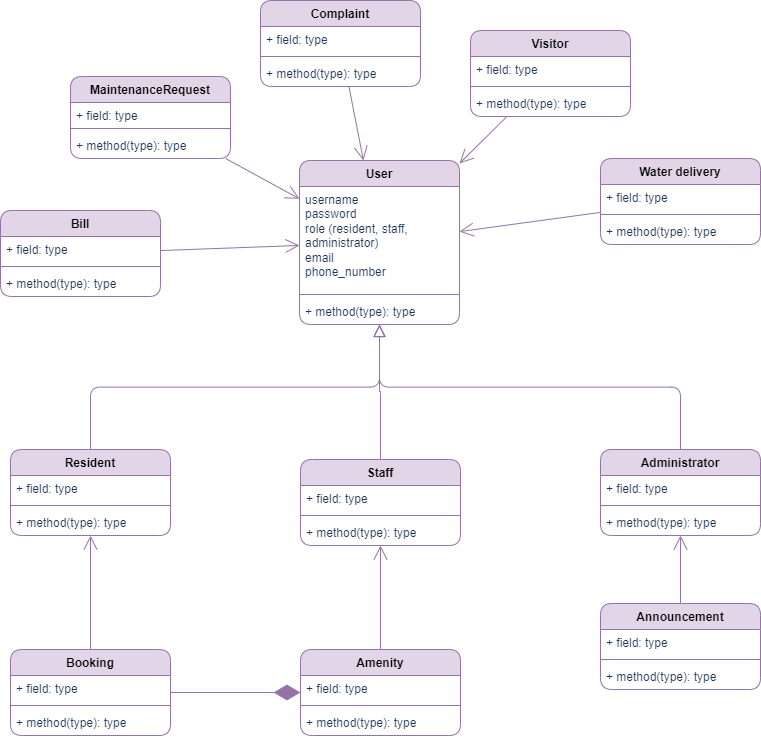
Earlier version of the draw.io export UML class diagram.drawio.png (zainy0805/SE_Assignment_project). Source tidied: cells renumbered, new cells last; positions are measured from the earlier drawing's top-left corner, leaving out a move shared by most shapes.
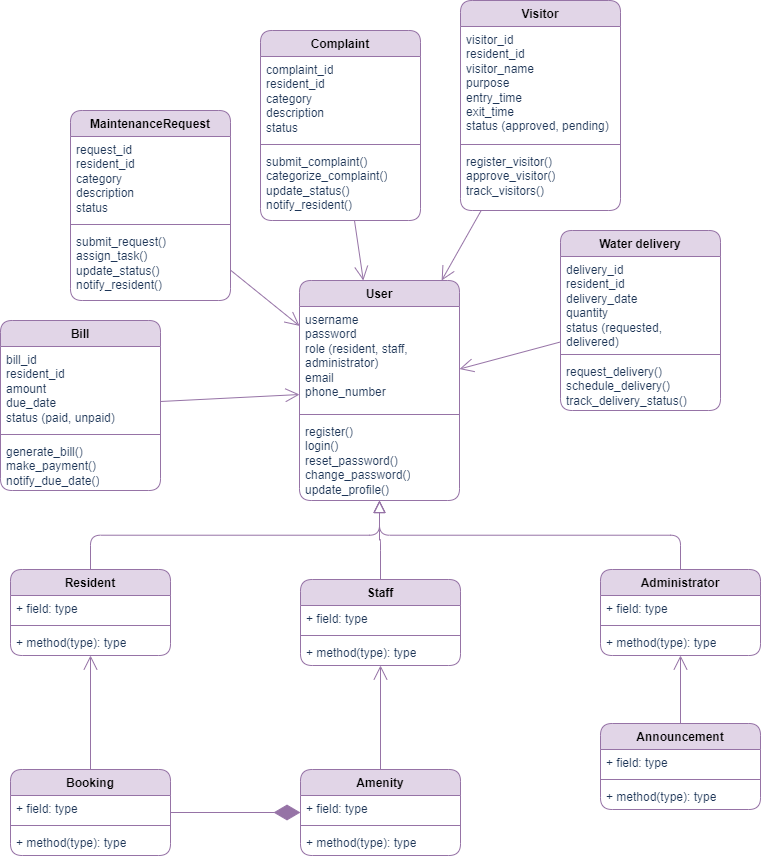
The same file after the commit.

What changed in the source:
```diff
@@ -8,3 +8,3 @@
     <mxCell id="3" value="User" style="swimlane;fontStyle=1;align=center;verticalAlign=top;horizontal=1;startSize=26;whiteSpace=wrap;html=1;rounded=1;strokeColor=#9673a6;fillColor=#e1d5e7;" parent="1" vertex="1">
-      <mxGeometry x="299" y="160" width="160" height="164" as="geometry" />
+      <mxGeometry x="299" y="160" width="160" height="220" as="geometry" />
     </mxCell>
@@ -16,4 +16,4 @@
     </mxCell>
-    <mxCell id="6" value="+ method(type): type" style="text;strokeColor=none;fillColor=none;align=left;verticalAlign=top;spacingLeft=4;spacingRight=4;overflow=hidden;points=[[0,0.5],[1,0.5]];portConstraint=eastwest;whiteSpace=wrap;html=1;fontColor=#1D3557;" parent="3" vertex="1">
-      <mxGeometry y="138" width="160" height="26" as="geometry" />
+    <mxCell id="6" value="&lt;span style=&quot;background-color: initial;&quot;&gt;register()&lt;/span&gt;&lt;br&gt;&lt;span style=&quot;background-color: initial;&quot;&gt;login()&lt;/span&gt;&lt;br&gt;&lt;span style=&quot;background-color: initial;&quot;&gt;reset_password()&lt;/span&gt;&lt;br&gt;&lt;span style=&quot;background-color: initial;&quot;&gt;change_password()&lt;/span&gt;&lt;br&gt;&lt;span style=&quot;background-color: initial;&quot;&gt;update_profile()&lt;/span&gt;" style="text;strokeColor=none;fillColor=none;align=left;verticalAlign=top;spacingLeft=4;spacingRight=4;overflow=hidden;points=[[0,0.5],[1,0.5]];portConstraint=eastwest;whiteSpace=wrap;html=1;fontColor=#1D3557;" parent="3" vertex="1">
+      <mxGeometry y="138" width="160" height="82" as="geometry" />
     </mxCell>
@@ -92,48 +92,48 @@
     <mxCell id="31" value="MaintenanceRequest" style="swimlane;fontStyle=1;align=center;verticalAlign=top;horizontal=1;startSize=26;whiteSpace=wrap;html=1;rounded=1;strokeColor=#9673a6;fillColor=#e1d5e7;" parent="1" vertex="1">
-      <mxGeometry x="70" y="76" width="160" height="82" as="geometry" />
+      <mxGeometry x="70" y="-10" width="160" height="190" as="geometry" />
     </mxCell>
-    <mxCell id="32" value="+ field: type" style="text;strokeColor=none;fillColor=none;align=left;verticalAlign=top;spacingLeft=4;spacingRight=4;overflow=hidden;whiteSpace=wrap;html=1;fontColor=#1D3557;" parent="31" vertex="1">
-      <mxGeometry y="26" width="160" height="22" as="geometry" />
+    <mxCell id="32" value="&lt;span style=&quot;background-color: initial;&quot;&gt;request_id&lt;/span&gt;&lt;br&gt;&lt;span style=&quot;background-color: initial;&quot;&gt;resident_id&lt;/span&gt;&lt;br&gt;&lt;span style=&quot;background-color: initial;&quot;&gt;category&lt;/span&gt;&lt;br&gt;&lt;span style=&quot;background-color: initial;&quot;&gt;description&lt;/span&gt;&lt;br&gt;&lt;span style=&quot;background-color: initial;&quot;&gt;status&lt;/span&gt;&lt;br&gt;&lt;div&gt;&lt;br/&gt;&lt;/div&gt;" style="text;strokeColor=none;fillColor=none;align=left;verticalAlign=top;spacingLeft=4;spacingRight=4;overflow=hidden;whiteSpace=wrap;html=1;fontColor=#1D3557;" parent="31" vertex="1">
+      <mxGeometry y="26" width="160" height="84" as="geometry" />
     </mxCell>
     <mxCell id="33" style="line;strokeWidth=1;fillColor=none;align=left;verticalAlign=middle;spacingTop=-1;spacingLeft=3;spacingRight=3;labelPosition=right;strokeColor=inherit;rounded=1;fontColor=#1D3557;" parent="31" vertex="1">
-      <mxGeometry y="48" width="160" height="8" as="geometry" />
+      <mxGeometry y="110" width="160" height="8" as="geometry" />
     </mxCell>
-    <mxCell id="34" value="+ method(type): type" style="text;strokeColor=none;fillColor=none;align=left;verticalAlign=top;spacingLeft=4;spacingRight=4;overflow=hidden;whiteSpace=wrap;html=1;fontColor=#1D3557;" parent="31" vertex="1">
-      <mxGeometry y="56" width="160" height="26" as="geometry" />
+    <mxCell id="34" value="&lt;span style=&quot;background-color: initial;&quot;&gt;submit_request()&lt;/span&gt;&lt;br&gt;&lt;span style=&quot;background-color: initial;&quot;&gt;assign_task()&lt;/span&gt;&lt;br&gt;&lt;span style=&quot;background-color: initial;&quot;&gt;update_status()&lt;/span&gt;&lt;br&gt;&lt;span style=&quot;background-color: initial;&quot;&gt;notify_resident()&lt;/span&gt;" style="text;strokeColor=none;fillColor=none;align=left;verticalAlign=top;spacingLeft=4;spacingRight=4;overflow=hidden;whiteSpace=wrap;html=1;fontColor=#1D3557;" parent="31" vertex="1">
+      <mxGeometry y="118" width="160" height="72" as="geometry" />
     </mxCell>
     <mxCell id="35" value="Visitor" style="swimlane;fontStyle=1;align=center;verticalAlign=top;horizontal=1;startSize=26;whiteSpace=wrap;html=1;rounded=1;strokeColor=#9673a6;fillColor=#e1d5e7;" parent="1" vertex="1">
-      <mxGeometry x="470" y="30" width="160" height="86" as="geometry" />
+      <mxGeometry x="460" y="-120" width="160" height="210" as="geometry" />
     </mxCell>
-    <mxCell id="36" value="+ field: type" style="text;strokeColor=none;fillColor=none;align=left;verticalAlign=top;spacingLeft=4;spacingRight=4;overflow=hidden;whiteSpace=wrap;html=1;fontColor=#1D3557;" parent="35" vertex="1">
-      <mxGeometry y="26" width="160" height="26" as="geometry" />
+    <mxCell id="36" value="&lt;span style=&quot;background-color: initial;&quot;&gt;visitor_id&lt;/span&gt;&lt;br&gt;&lt;span style=&quot;background-color: initial;&quot;&gt;resident_id&lt;/span&gt;&lt;br&gt;&lt;span style=&quot;background-color: initial;&quot;&gt;visitor_name&lt;/span&gt;&lt;br&gt;&lt;span style=&quot;background-color: initial;&quot;&gt;purpose&lt;/span&gt;&lt;br&gt;&lt;span style=&quot;background-color: initial;&quot;&gt;entry_time&lt;/span&gt;&lt;br&gt;&lt;span style=&quot;background-color: initial;&quot;&gt;exit_time&lt;/span&gt;&lt;br&gt;&lt;span style=&quot;background-color: initial;&quot;&gt;status (approved, pending)&lt;/span&gt;" style="text;strokeColor=none;fillColor=none;align=left;verticalAlign=top;spacingLeft=4;spacingRight=4;overflow=hidden;whiteSpace=wrap;html=1;fontColor=#1D3557;" parent="35" vertex="1">
+      <mxGeometry y="26" width="160" height="114" as="geometry" />
     </mxCell>
     <mxCell id="37" style="line;strokeWidth=1;fillColor=none;align=left;verticalAlign=middle;spacingTop=-1;spacingLeft=3;spacingRight=3;labelPosition=right;strokeColor=inherit;rounded=1;fontColor=#1D3557;" parent="35" vertex="1">
-      <mxGeometry y="52" width="160" height="8" as="geometry" />
+      <mxGeometry y="140" width="160" height="8" as="geometry" />
     </mxCell>
-    <mxCell id="38" value="+ method(type): type" style="text;strokeColor=none;fillColor=none;align=left;verticalAlign=top;spacingLeft=4;spacingRight=4;overflow=hidden;whiteSpace=wrap;html=1;fontColor=#1D3557;" parent="35" vertex="1">
-      <mxGeometry y="60" width="160" height="26" as="geometry" />
+    <mxCell id="38" value="&lt;span style=&quot;background-color: initial;&quot;&gt;register_visitor()&lt;/span&gt;&lt;br&gt;&lt;span style=&quot;background-color: initial;&quot;&gt;approve_visitor()&lt;/span&gt;&lt;br&gt;&lt;span style=&quot;background-color: initial;&quot;&gt;track_visitors()&lt;/span&gt;" style="text;strokeColor=none;fillColor=none;align=left;verticalAlign=top;spacingLeft=4;spacingRight=4;overflow=hidden;whiteSpace=wrap;html=1;fontColor=#1D3557;" parent="35" vertex="1">
+      <mxGeometry y="148" width="160" height="62" as="geometry" />
     </mxCell>
     <mxCell id="39" value="Complaint&lt;span style=&quot;color: rgba(0, 0, 0, 0); font-family: monospace; font-size: 0px; font-weight: 400; text-align: start; text-wrap: nowrap;&quot;&gt;%3CmxGraphModel%3E%3Croot%3E%3CmxCell%20id%3D%220%22%2F%3E%3CmxCell%20id%3D%221%22%20parent%3D%220%22%2F%3E%3CmxCell%20id%3D%222%22%20value%3D%22Amenity%22%20style%3D%22swimlane%3BfontStyle%3D1%3Balign%3Dcenter%3BverticalAlign%3Dtop%3BchildLayout%3DstackLayout%3Bhorizontal%3D1%3BstartSize%3D26%3BhorizontalStack%3D0%3BresizeParent%3D1%3BresizeParentMax%3D0%3BresizeLast%3D0%3Bcollapsible%3D1%3BmarginBottom%3D0%3BwhiteSpace%3Dwrap%3Bhtml%3D1%3Brounded%3D1%3BstrokeColor%3D%23457B9D%3BfontColor%3D%231D3557%3BfillColor%3D%23A8DADC%3B%22%20vertex%3D%221%22%20parent%3D%221%22%3E%3CmxGeometry%20x%3D%22370%22%20y%3D%2240%22%20width%3D%22160%22%20height%3D%2286%22%20as%3D%22geometry%22%2F%3E%3C%2FmxCell%3E%3CmxCell%20id%3D%223%22%20value%3D%22%2B%20field%3A%20type%22%20style%3D%22text%3BstrokeColor%3Dnone%3BfillColor%3Dnone%3Balign%3Dleft%3BverticalAlign%3Dtop%3BspacingLeft%3D4%3BspacingRight%3D4%3Boverflow%3Dhidden%3Brotatable%3D0%3Bpoints%3D%5B%5B0%2C0.5%5D%2C%5B1%2C0.5%5D%5D%3BportConstraint%3Deastwest%3BwhiteSpace%3Dwrap%3Bhtml%3D1%3BfontColor%3D%231D3557%3B%22%20vertex%3D%221%22%20parent%3D%222%22%3E%3CmxGeometry%20y%3D%2226%22%20width%3D%22160%22%20height%3D%2226%22%20as%3D%22geometry%22%2F%3E%3C%2FmxCell%3E%3CmxCell%20id%3D%224%22%20value%3D%22%22%20style%3D%22line%3BstrokeWidth%3D1%3BfillColor%3Dnone%3Balign%3Dleft%3BverticalAlign%3Dmiddle%3BspacingTop%3D-1%3BspacingLeft%3D3%3BspacingRight%3D3%3Brotatable%3D0%3BlabelPosition%3Dright%3Bpoints%3D%5B%5D%3BportConstraint%3Deastwest%3BstrokeColor%3Dinherit%3Brounded%3D1%3BfontColor%3D%231D3557%3B%22%20vertex%3D%221%22%20parent%3D%222%22%3E%3CmxGeometry%20y%3D%2252%22%20width%3D%22160%22%20height%3D%228%22%20as%3D%22geometry%22%2F%3E%3C%2FmxCell%3E%3CmxCell%20id%3D%225%22%20value%3D%22%2B%20method(type)%3A%20type%22%20style%3D%22text%3BstrokeColor%3Dnone%3BfillColor%3Dnone%3Balign%3Dleft%3BverticalAlign%3Dtop%3BspacingLeft%3D4%3BspacingRight%3D4%3Boverflow%3Dhidden%3Brotatable%3D0%3Bpoints%3D%5B%5B0%2C0.5%5D%2C%5B1%2C0.5%5D%5D%3BportConstraint%3Deastwest%3BwhiteSpace%3Dwrap%3Bhtml%3D1%3BfontColor%3D%231D3557%3B%22%20vertex%3D%221%22%20parent%3D%222%22%3E%3CmxGeometry%20y%3D%2260%22%20width%3D%22160%22%20height%3D%2226%22%20as%3D%22geometry%22%2F%3E%3C%2FmxCell%3E%3CmxCell%20id%3D%226%22%20value%3D%22Booking%22%20style%3D%22swimlane%3BfontStyle%3D1%3Balign%3Dcenter%3BverticalAlign%3Dtop%3BchildLayout%3DstackLayout%3Bhorizontal%3D1%3BstartSize%3D26%3BhorizontalStack%3D0%3BresizeParent%3D1%3BresizeParentMax%3D0%3BresizeLast%3D0%3Bcollapsible%3D1%3BmarginBottom%3D0%3BwhiteSpace%3Dwrap%3Bhtml%3D1%3Brounded%3D1%3BstrokeColor%3D%23457B9D%3BfontColor%3D%231D3557%3BfillColor%3D%23A8DADC%3B%22%20vertex%3D%221%22%20parent%3D%221%22%3E%3CmxGeometry%20x%3D%22376%22%20y%3D%22190%22%20width%3D%22160%22%20height%3D%2286%22%20as%3D%22geometry%22%2F%3E%3C%2FmxCell%3E%3CmxCell%20id%3D%227%22%20value%3D%22%2B%20field%3A%20type%22%20style%3D%22text%3BstrokeColor%3Dnone%3BfillColor%3Dnone%3Balign%3Dleft%3BverticalAlign%3Dtop%3BspacingLeft%3D4%3BspacingRight%3D4%3Boverflow%3Dhidden%3Brotatable%3D0%3Bpoints%3D%5B%5B0%2C0.5%5D%2C%5B1%2C0.5%5D%5D%3BportConstraint%3Deastwest%3BwhiteSpace%3Dwrap%3Bhtml%3D1%3BfontColor%3D%231D3557%3B%22%20vertex%3D%221%22%20parent%3D%226%22%3E%3CmxGeometry%20y%3D%2226%22%20width%3D%22160%22%20height%3D%2226%22%20as%3D%22geometry%22%2F%3E%3C%2FmxCell%3E%3CmxCell%20id%3D%228%22%20value%3D%22%22%20style%3D%22line%3BstrokeWidth%3D1%3BfillColor%3Dnone%3Balign%3Dleft%3BverticalAlign%3Dmiddle%3BspacingTop%3D-1%3BspacingLeft%3D3%3BspacingRight%3D3%3Brotatable%3D0%3BlabelPosition%3Dright%3Bpoints%3D%5B%5D%3BportConstraint%3Deastwest%3BstrokeColor%3Dinherit%3Brounded%3D1%3BfontColor%3D%231D3557%3B%22%20vertex%3D%221%22%20parent%3D%226%22%3E%3CmxGeometry%20y%3D%2252%22%20width%3D%22160%22%20height%3D%228%22%20as%3D%22geometry%22%2F%3E%3C%2FmxCell%3E%3CmxCell%20id%3D%229%22%20value%3D%22%2B%20method(type)%3A%20type%22%20style%3D%22text%3BstrokeColor%3Dnone%3BfillColor%3Dnone%3Balign%3Dleft%3BverticalAlign%3Dtop%3BspacingLeft%3D4%3BspacingRight%3D4%3Boverflow%3Dhidden%3Brotatable%3D0%3Bpoints%3D%5B%5B0%2C0.5%5D%2C%5B1%2C0.5%5D%5D%3BportConstraint%3Deastwest%3BwhiteSpace%3Dwrap%3Bhtml%3D1%3BfontColor%3D%231D3557%3B%22%20vertex%3D%221%22%20parent%3D%226%22%3E%3CmxGeometry%20y%3D%2260%22%20width%3D%22160%22%20height%3D%2226%22%20as%3D%22geometry%22%2F%3E%3C%2FmxCell%3E%3CmxCell%20id%3D%2210%22%20value%3D%22Announcement%22%20style%3D%22swimlane%3BfontStyle%3D1%3Balign%3Dcenter%3BverticalAlign%3Dtop%3BchildLayout%3DstackLayout%3Bhorizontal%3D1%3BstartSize%3D26%3BhorizontalStack%3D0%3BresizeParent%3D1%3BresizeParentMax%3D0%3BresizeLast%3D0%3Bcollapsible%3D1%3BmarginBottom%3D0%3BwhiteSpace%3Dwrap%3Bhtml%3D1%3Brounded%3D1%3BstrokeColor%3D%23457B9D%3BfontColor%3D%231D3557%3BfillColor%3D%23A8DADC%3B%22%20vertex%3D%221%22%20parent%3D%221%22%3E%3CmxGeometry%20x%3D%22370%22%20y%3D%22320%22%20width%3D%22160%22%20height%3D%2286%22%20as%3D%22geometry%22%2F%3E%3C%2FmxCell%3E%3CmxCell%20id%3D%2211%22%20value%3D%22%2B%20field%3A%20type%22%20style%3D%22text%3BstrokeColor%3Dnone%3BfillColor%3Dnone%3Balign%3Dleft%3BverticalAlign%3Dtop%3BspacingLeft%3D4%3BspacingRight%3D4%3Boverflow%3Dhidden%3Brotatable%3D0%3Bpoints%3D%5B%5B0%2C0.5%5D%2C%5B1%2C0.5%5D%5D%3BportConstraint%3Deastwest%3BwhiteSpace%3Dwrap%3Bhtml%3D1%3BfontColor%3D%231D3557%3B%22%20vertex%3D%221%22%20parent%3D%2210%22%3E%3CmxGeometry%20y%3D%2226%22%20width%3D%22160%22%20height%3D%2226%22%20as%3D%22geometry%22%2F%3E%3C%2FmxCell%3E%3CmxCell%20id%3D%2212%22%20value%3D%22%22%20style%3D%22line%3BstrokeWidth%3D1%3BfillColor%3Dnone%3Balign%3Dleft%3BverticalAlign%3Dmiddle%3BspacingTop%3D-1%3BspacingLeft%3D3%3BspacingRight%3D3%3Brotatable%3D0%3BlabelPosition%3Dright%3Bpoints%3D%5B%5D%3BportConstraint%3Deastwest%3BstrokeColor%3Dinherit%3Brounded%3D1%3BfontColor%3D%231D3557%3B%22%20vertex%3D%221%22%20parent%3D%2210%22%3E%3CmxGeometry%20y%3D%2252%22%20width%3D%22160%22%20height%3D%228%22%20as%3D%22geometry%22%2F%3E%3C%2FmxCell%3E%3CmxCell%20id%3D%2213%22%20value%3D%22%2B%20method(type)%3A%20type%22%20style%3D%22text%3BstrokeColor%3Dnone%3BfillColor%3Dnone%3Balign%3Dleft%3BverticalAlign%3Dtop%3BspacingLeft%3D4%3BspacingRight%3D4%3Boverflow%3Dhidden%3Brotatable%3D0%3Bpoints%3D%5B%5B0%2C0.5%5D%2C%5B1%2C0.5%5D%5D%3BportConstraint%3Deastwest%3BwhiteSpace%3Dwrap%3Bhtml%3D1%3BfontColor%3D%231D3557%3B%22%20vertex%3D%221%22%20parent%3D%2210%22%3E%3CmxGeometry%20y%3D%2260%22%20width%3D%22160%22%20height%3D%2226%22%20as%3D%22geometry%22%2F%3E%3C%2FmxCell%3E%3C%2Froot%3E%3C%2FmxGraphModel%3E&lt;/span&gt;" style="swimlane;fontStyle=1;align=center;verticalAlign=top;horizontal=1;startSize=26;whiteSpace=wrap;html=1;rounded=1;strokeColor=#9673a6;fillColor=#e1d5e7;" parent="1" vertex="1">
-      <mxGeometry x="260" width="160" height="86" as="geometry" />
+      <mxGeometry x="260" y="-90" width="160" height="190" as="geometry" />
     </mxCell>
-    <mxCell id="40" value="+ field: type" style="text;strokeColor=none;fillColor=none;align=left;verticalAlign=top;spacingLeft=4;spacingRight=4;overflow=hidden;whiteSpace=wrap;html=1;fontColor=#1D3557;" parent="39" vertex="1">
-      <mxGeometry y="26" width="160" height="26" as="geometry" />
+    <mxCell id="40" value="&lt;span style=&quot;background-color: initial;&quot;&gt;complaint_id&lt;/span&gt;&lt;br&gt;&lt;span style=&quot;background-color: initial;&quot;&gt;resident_id&lt;/span&gt;&lt;br&gt;&lt;span style=&quot;background-color: initial;&quot;&gt;category&lt;/span&gt;&lt;br&gt;&lt;span style=&quot;background-color: initial;&quot;&gt;description&lt;/span&gt;&lt;br&gt;&lt;span style=&quot;background-color: initial;&quot;&gt;status&lt;/span&gt;" style="text;strokeColor=none;fillColor=none;align=left;verticalAlign=top;spacingLeft=4;spacingRight=4;overflow=hidden;whiteSpace=wrap;html=1;fontColor=#1D3557;" parent="39" vertex="1">
+      <mxGeometry y="26" width="160" height="84" as="geometry" />
     </mxCell>
     <mxCell id="41" style="line;strokeWidth=1;fillColor=none;align=left;verticalAlign=middle;spacingTop=-1;spacingLeft=3;spacingRight=3;labelPosition=right;strokeColor=inherit;rounded=1;fontColor=#1D3557;" parent="39" vertex="1">
-      <mxGeometry y="52" width="160" height="8" as="geometry" />
+      <mxGeometry y="110" width="160" height="8" as="geometry" />
     </mxCell>
-    <mxCell id="42" value="+ method(type): type" style="text;strokeColor=none;fillColor=none;align=left;verticalAlign=top;spacingLeft=4;spacingRight=4;overflow=hidden;whiteSpace=wrap;html=1;fontColor=#1D3557;" parent="39" vertex="1">
-      <mxGeometry y="60" width="160" height="26" as="geometry" />
+    <mxCell id="42" value="&lt;span style=&quot;background-color: initial;&quot;&gt;submit_complaint()&lt;/span&gt;&lt;br&gt;&lt;span style=&quot;background-color: initial;&quot;&gt;categorize_complaint()&lt;/span&gt;&lt;br&gt;&lt;span style=&quot;background-color: initial;&quot;&gt;update_status()&lt;/span&gt;&lt;br&gt;&lt;span style=&quot;background-color: initial;&quot;&gt;notify_resident()&lt;/span&gt;" style="text;strokeColor=none;fillColor=none;align=left;verticalAlign=top;spacingLeft=4;spacingRight=4;overflow=hidden;whiteSpace=wrap;html=1;fontColor=#1D3557;" parent="39" vertex="1">
+      <mxGeometry y="118" width="160" height="72" as="geometry" />
     </mxCell>
     <mxCell id="43" value="Bill" style="swimlane;fontStyle=1;align=center;verticalAlign=top;horizontal=1;startSize=26;whiteSpace=wrap;html=1;rounded=1;strokeColor=#9673a6;fillColor=#e1d5e7;" parent="1" vertex="1">
-      <mxGeometry y="210" width="160" height="86" as="geometry" />
+      <mxGeometry y="200" width="160" height="170" as="geometry" />
     </mxCell>
-    <mxCell id="44" value="+ field: type" style="text;strokeColor=none;fillColor=none;align=left;verticalAlign=top;spacingLeft=4;spacingRight=4;overflow=hidden;whiteSpace=wrap;html=1;fontColor=#1D3557;" parent="43" vertex="1">
-      <mxGeometry y="26" width="160" height="26" as="geometry" />
+    <mxCell id="44" value="&lt;span style=&quot;background-color: initial;&quot;&gt;bill_id&lt;/span&gt;&lt;br&gt;&lt;span style=&quot;background-color: initial;&quot;&gt;resident_id&lt;/span&gt;&lt;br&gt;&lt;span style=&quot;background-color: initial;&quot;&gt;amount&lt;/span&gt;&lt;br&gt;&lt;span style=&quot;background-color: initial;&quot;&gt;due_date&lt;/span&gt;&lt;br&gt;&lt;span style=&quot;background-color: initial;&quot;&gt;status (paid, unpaid)&lt;/span&gt;" style="text;strokeColor=none;fillColor=none;align=left;verticalAlign=top;spacingLeft=4;spacingRight=4;overflow=hidden;whiteSpace=wrap;html=1;fontColor=#1D3557;" parent="43" vertex="1">
+      <mxGeometry y="26" width="160" height="84" as="geometry" />
     </mxCell>
     <mxCell id="45" style="line;strokeWidth=1;fillColor=none;align=left;verticalAlign=middle;spacingTop=-1;spacingLeft=3;spacingRight=3;labelPosition=right;strokeColor=inherit;rounded=1;fontColor=#1D3557;" parent="43" vertex="1">
-      <mxGeometry y="52" width="160" height="8" as="geometry" />
+      <mxGeometry y="110" width="160" height="8" as="geometry" />
     </mxCell>
-    <mxCell id="46" value="+ method(type): type" style="text;strokeColor=none;fillColor=none;align=left;verticalAlign=top;spacingLeft=4;spacingRight=4;overflow=hidden;whiteSpace=wrap;html=1;fontColor=#1D3557;" parent="43" vertex="1">
-      <mxGeometry y="60" width="160" height="26" as="geometry" />
+    <mxCell id="46" value="&lt;span style=&quot;background-color: initial;&quot;&gt;generate_bill()&lt;/span&gt;&lt;br&gt;&lt;span style=&quot;background-color: initial;&quot;&gt;make_payment()&lt;/span&gt;&lt;br&gt;&lt;span style=&quot;background-color: initial;&quot;&gt;notify_due_date()&lt;/span&gt;" style="text;strokeColor=none;fillColor=none;align=left;verticalAlign=top;spacingLeft=4;spacingRight=4;overflow=hidden;whiteSpace=wrap;html=1;fontColor=#1D3557;" parent="43" vertex="1">
+      <mxGeometry y="118" width="160" height="52" as="geometry" />
     </mxCell>
@@ -146,12 +146,12 @@
     <mxCell id="49" value="Water delivery" style="swimlane;fontStyle=1;align=center;verticalAlign=top;horizontal=1;startSize=26;whiteSpace=wrap;html=1;rounded=1;strokeColor=#9673a6;fillColor=#e1d5e7;" parent="1" vertex="1">
-      <mxGeometry x="600" y="158" width="160" height="86" as="geometry" />
+      <mxGeometry x="560" y="110" width="160" height="180" as="geometry" />
     </mxCell>
-    <mxCell id="50" value="+ field: type" style="text;strokeColor=none;fillColor=none;align=left;verticalAlign=top;spacingLeft=4;spacingRight=4;overflow=hidden;whiteSpace=wrap;html=1;fontColor=#1D3557;" parent="49" vertex="1">
-      <mxGeometry y="26" width="160" height="26" as="geometry" />
+    <mxCell id="50" value="&lt;span style=&quot;background-color: initial;&quot;&gt;delivery_id&lt;/span&gt;&lt;br&gt;&lt;span style=&quot;background-color: initial;&quot;&gt;resident_id&lt;/span&gt;&lt;br&gt;&lt;span style=&quot;background-color: initial;&quot;&gt;delivery_date&lt;/span&gt;&lt;br&gt;&lt;span style=&quot;background-color: initial;&quot;&gt;quantity&lt;/span&gt;&lt;br&gt;&lt;span style=&quot;background-color: initial;&quot;&gt;status (requested, delivered)&lt;/span&gt;" style="text;strokeColor=none;fillColor=none;align=left;verticalAlign=top;spacingLeft=4;spacingRight=4;overflow=hidden;whiteSpace=wrap;html=1;fontColor=#1D3557;" parent="49" vertex="1">
+      <mxGeometry y="26" width="160" height="94" as="geometry" />
     </mxCell>
     <mxCell id="51" style="line;strokeWidth=1;fillColor=none;align=left;verticalAlign=middle;spacingTop=-1;spacingLeft=3;spacingRight=3;labelPosition=right;strokeColor=inherit;rounded=1;fontColor=#1D3557;" parent="49" vertex="1">
-      <mxGeometry y="52" width="160" height="8" as="geometry" />
+      <mxGeometry y="120" width="160" height="8" as="geometry" />
     </mxCell>
-    <mxCell id="52" value="+ method(type): type" style="text;strokeColor=none;fillColor=none;align=left;verticalAlign=top;spacingLeft=4;spacingRight=4;overflow=hidden;whiteSpace=wrap;html=1;fontColor=#1D3557;" parent="49" vertex="1">
-      <mxGeometry y="60" width="160" height="26" as="geometry" />
+    <mxCell id="52" value="&lt;span style=&quot;background-color: initial;&quot;&gt;request_delivery()&lt;/span&gt;&lt;br&gt;&lt;span style=&quot;background-color: initial;&quot;&gt;schedule_delivery()&lt;/span&gt;&lt;br&gt;&lt;span style=&quot;background-color: initial;&quot;&gt;track_delivery_status()&lt;/span&gt;" style="text;strokeColor=none;fillColor=none;align=left;verticalAlign=top;spacingLeft=4;spacingRight=4;overflow=hidden;whiteSpace=wrap;html=1;fontColor=#1D3557;" parent="49" vertex="1">
+      <mxGeometry y="128" width="160" height="52" as="geometry" />
     </mxCell>
```
